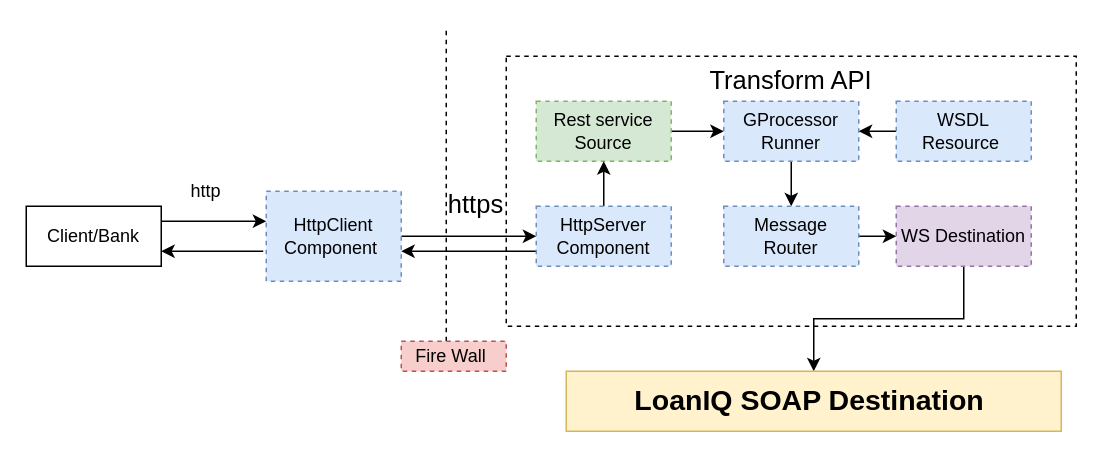
This is page "Page-2" (2 of 2) of src/Untitled Diagram.drawio from thrivikramarajarao/easy_test_domain, a draw.io file, before an edit. Source tidied: cells renumbered, new cells numbered last; positions are measured from the earlier drawing's top-left corner, leaving out a move shared by most shapes. Both pictures are drawn from the tidied source at 150%, with x=0, y=0 at pixel (26, 26).
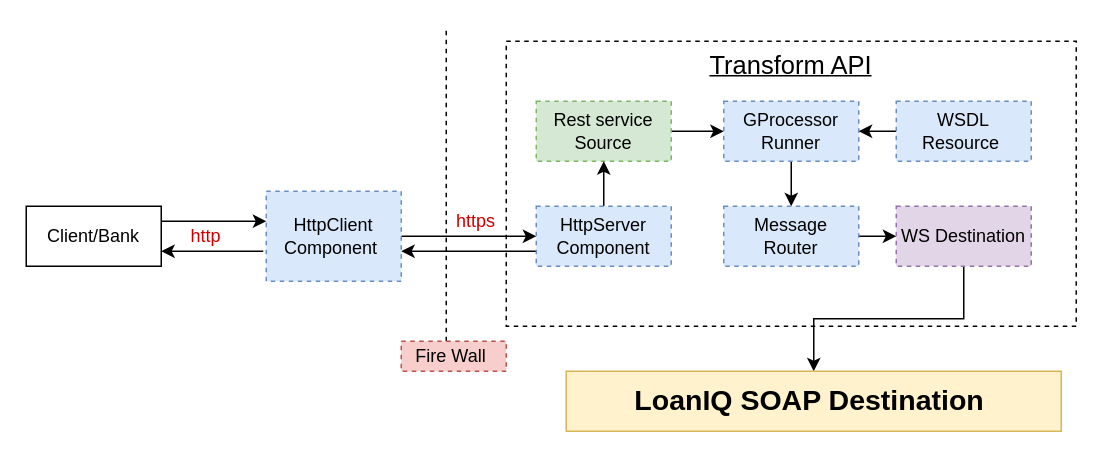
The same diagram, later.

The edit, as a diff of the source:
```diff
@@
-    <mxCell id="2" value="Transform API" style="rounded=0;whiteSpace=wrap;html=1;dashed=1;verticalAlign=top;fontSize=17;" parent="1" vertex="1">
-      <mxGeometry x="320" y="20" width="380" height="180" as="geometry" />
+    <mxCell id="2" value="Transform API" style="rounded=0;whiteSpace=wrap;html=1;dashed=1;verticalAlign=top;fontSize=17;fontStyle=4;" parent="1" vertex="1">
+      <mxGeometry x="320" y="10" width="380" height="190" as="geometry" />
     </mxCell>
@@
-    <mxCell id="24" value="http" style="text;html=1;strokeColor=none;fillColor=none;align=center;verticalAlign=middle;whiteSpace=wrap;rounded=0;dashed=1;fontSize=12;" parent="1" vertex="1">
-      <mxGeometry x="100" y="100" width="40" height="20" as="geometry" />
+    <mxCell id="24" value="http" style="text;html=1;strokeColor=none;fillColor=none;align=center;verticalAlign=middle;whiteSpace=wrap;rounded=0;dashed=1;fontSize=12;fontColor=#CC0000;" parent="1" vertex="1">
+      <mxGeometry x="100" y="130" width="40" height="20" as="geometry" />
     </mxCell>
-    <mxCell id="25" value="https" style="text;html=1;strokeColor=none;fillColor=none;align=center;verticalAlign=middle;whiteSpace=wrap;rounded=0;dashed=1;fontSize=17;" parent="1" vertex="1">
-      <mxGeometry x="280" y="110" width="40" height="20" as="geometry" />
+    <mxCell id="25" value="https" style="text;html=1;strokeColor=none;fillColor=none;align=center;verticalAlign=middle;whiteSpace=wrap;rounded=0;dashed=1;fontSize=12;fontColor=#CC0000;" parent="1" vertex="1">
+      <mxGeometry x="280" y="120" width="40" height="20" as="geometry" />
     </mxCell>
```
